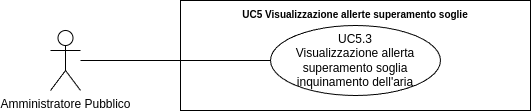
The draw.io diagram src/3_PB/AnalisiDeiRequisiti/assets/UML/UC5.3_Visualizzazione-allerte-superamento-soglia-inquinamento-dell'aria.png in SWATEngineering/Docs, before a commit. Source tidied: cells renumbered, new cells last; positions are measured from the earlier drawing's top-left corner, leaving out a move shared by most shapes.
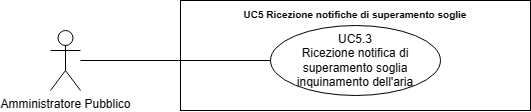
Later version of the same file.

The edit, as a diff of the source:
```diff
@@ -5,10 +5,10 @@
     <mxCell id="2" value="Amministratore Pubblico" style="shape=umlActor;verticalLabelPosition=bottom;verticalAlign=top;html=1;outlineConnect=0;" parent="1" vertex="1">
       <mxGeometry y="30" width="30" height="60" as="geometry" />
     </mxCell>
-    <mxCell id="3" value="&lt;b style=&quot;border-color: var(--border-color);&quot;&gt;&lt;font style=&quot;border-color: var(--border-color); font-size: 10px;&quot;&gt;UC5 Visualizzazione allerte superamento soglie&lt;/font&gt;&lt;/b&gt;" style="shape=rect;html=1;verticalAlign=top;fontStyle=1;whiteSpace=wrap;align=center;" parent="1" vertex="1">
+    <mxCell id="3" value="&lt;b style=&quot;border-color: var(--border-color);&quot;&gt;&lt;font style=&quot;border-color: var(--border-color); font-size: 10px;&quot;&gt;UC5 Ricezione notifiche di superamento soglie&lt;/font&gt;&lt;/b&gt;" style="shape=rect;html=1;verticalAlign=top;fontStyle=1;whiteSpace=wrap;align=center;" parent="1" vertex="1">
       <mxGeometry x="130" width="350" height="110" as="geometry" />
     </mxCell>
-    <mxCell id="4" value="UC5.3&lt;br&gt;Visualizzazione allerta superamento soglia inquinamento dell'aria" style="ellipse;whiteSpace=wrap;html=1;" parent="1" vertex="1">
+    <mxCell id="4" value="UC5.3&lt;br&gt;Ricezione notifica di superamento soglia inquinamento dell'aria" style="ellipse;whiteSpace=wrap;html=1;" parent="1" vertex="1">
       <mxGeometry x="220" y="25" width="170" height="70" as="geometry" />
     </mxCell>
     <mxCell id="5" style="edgeStyle=none;html=1;endArrow=none;verticalAlign=bottom;rounded=0;" parent="1" edge="1" source="2" target="4">
```
